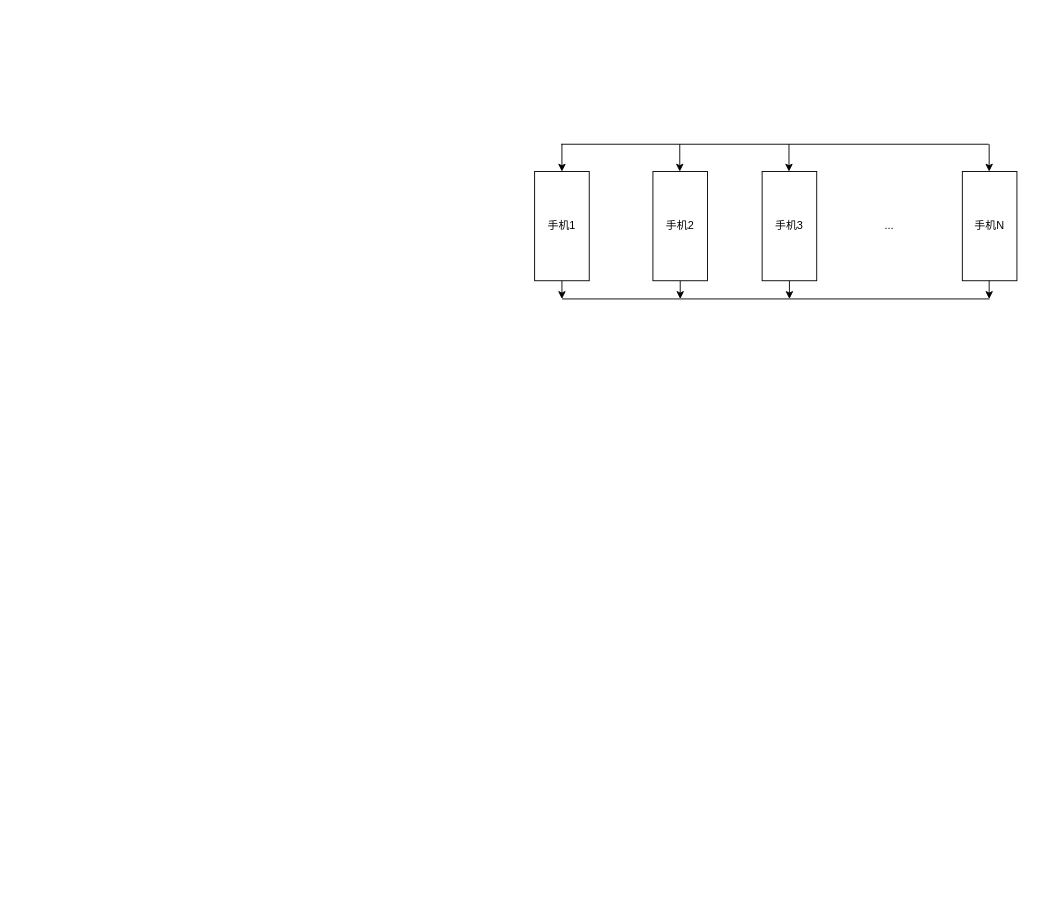
This is spider.drawio from winnieBear/diagrams, a draw.io file, before an edit. Source tidied: cells renumbered, new cells numbered last; positions are measured from the earlier drawing's top-left corner, leaving out a move shared by most shapes. Both pictures are drawn from the tidied source at 91%, with x=0, y=0 at pixel (534, 144).
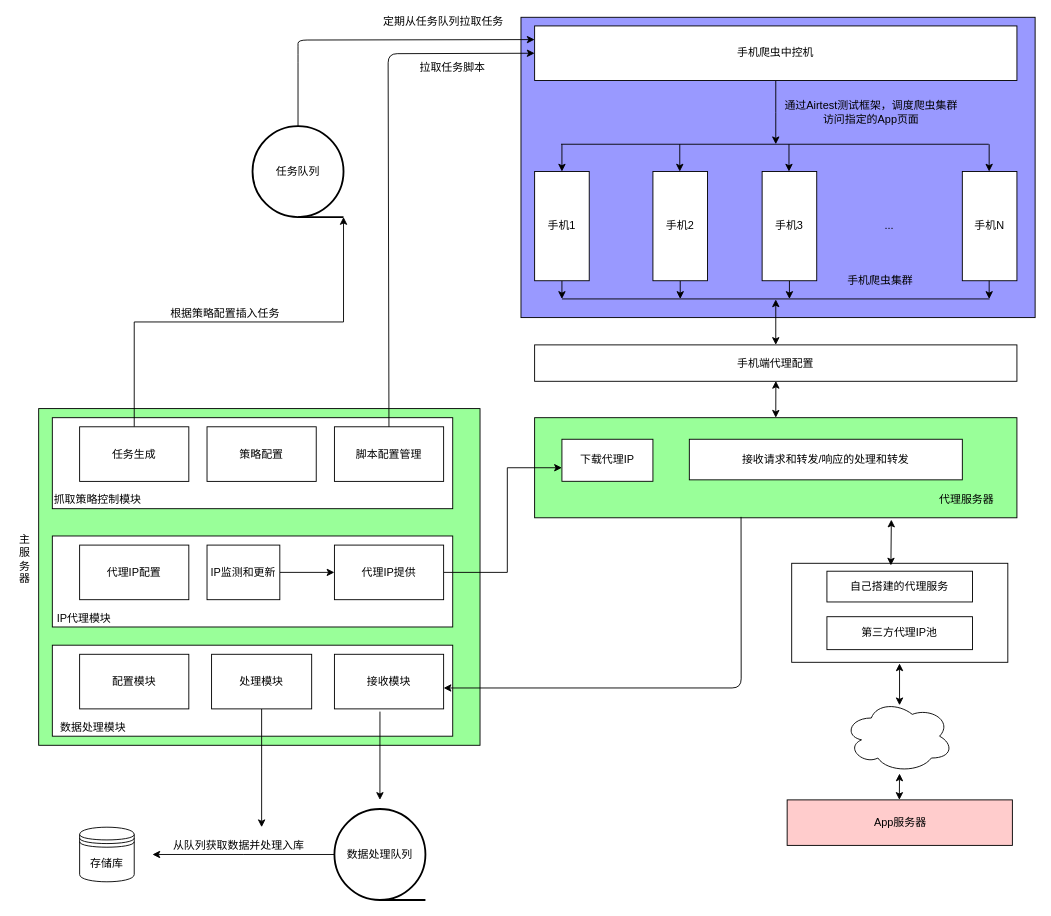
The same page after the edit.

What changed in the source:
```diff
@@
+    <mxCell id="17" style="rounded=0;whiteSpace=wrap;html=1;fillColor=#9999FF;" parent="1" vertex="1">
+      <mxGeometry x="-15" y="-139.5" width="565" height="330" as="geometry" />
+    </mxCell>
+    <mxCell id="18" style="rounded=0;whiteSpace=wrap;html=1;fillColor=#99FF99;" parent="1" vertex="1">
+      <mxGeometry y="300.5" width="530" height="110" as="geometry" />
+    </mxCell>
+    <mxCell id="19" style="rounded=0;whiteSpace=wrap;html=1;" parent="1" vertex="1">
+      <mxGeometry x="282.5" y="460.5" width="237.5" height="108.8" as="geometry" />
+    </mxCell>
@@
-    <mxCell id="4" value="手机1" style="rounded=0;whiteSpace=wrap;html=1;" parent="1" vertex="1">
+    <mxCell id="4" value="手机1" style="rounded=0;whiteSpace=wrap;html=1;fillColor=#FFFFFF;" parent="1" vertex="1">
       <mxGeometry y="30" width="60" height="120" as="geometry" />
     </mxCell>
-    <mxCell id="5" value="手机N" style="rounded=0;whiteSpace=wrap;html=1;" parent="1" vertex="1">
+    <mxCell id="5" value="手机N" style="rounded=0;whiteSpace=wrap;html=1;fillColor=#FFFFFF;" parent="1" vertex="1">
       <mxGeometry x="470" y="30" width="60" height="120" as="geometry" />
     </mxCell>
@@
-    <mxCell id="7" value="手机3" style="rounded=0;whiteSpace=wrap;html=1;" parent="1" vertex="1">
+    <mxCell id="7" value="手机3" style="rounded=0;whiteSpace=wrap;html=1;fillColor=#FFFFFF;" parent="1" vertex="1">
       <mxGeometry x="250" y="30" width="60" height="120" as="geometry" />
     </mxCell>
@@
-    <mxCell id="9" value="手机2" style="rounded=0;whiteSpace=wrap;html=1;" parent="1" vertex="1">
+    <mxCell id="9" value="手机2" style="rounded=0;whiteSpace=wrap;html=1;fillColor=#FFFFFF;" parent="1" vertex="1">
       <mxGeometry x="130" y="30" width="60" height="120" as="geometry" />
     </mxCell>
@@
+    <mxCell id="20" value="手机爬虫集群" style="text;html=1;strokeColor=none;fillColor=none;align=center;verticalAlign=middle;whiteSpace=wrap;rounded=0;" parent="1" vertex="1">
+      <mxGeometry x="340" y="140" width="80" height="20" as="geometry" />
+    </mxCell>
+    <mxCell id="21" style="edgeStyle=orthogonalEdgeStyle;rounded=0;jettySize=auto;html=1;exitX=0.5;exitY=1;exitDx=0;exitDy=0;" parent="1" edge="1" source="22">
+      <mxGeometry relative="1" as="geometry">
+        <mxPoint x="265" as="targetPoint" />
+      </mxGeometry>
+    </mxCell>
+    <mxCell id="22" value="手机爬虫中控机" style="rounded=0;whiteSpace=wrap;html=1;fillColor=#FFFFFF;" parent="1" vertex="1">
+      <mxGeometry y="-130" width="530" height="60" as="geometry" />
+    </mxCell>
+    <mxCell id="23" value="通过Airtest测试框架，调度爬虫集群访问指定的App页面" style="text;html=1;strokeColor=none;fillColor=none;align=center;verticalAlign=middle;whiteSpace=wrap;rounded=0;" parent="1" vertex="1">
+      <mxGeometry x="270" y="-40" width="200" height="10" as="geometry" />
+    </mxCell>
+    <mxCell id="24" value="任务队列" style="strokeWidth=2;html=1;shape=mxgraph.flowchart.sequential_data;whiteSpace=wrap;" parent="1" vertex="1">
+      <mxGeometry x="-310" y="-20" width="100" height="100" as="geometry" />
+    </mxCell>
+    <mxCell id="25" style="endArrow=classic;html=1;entryX=0;entryY=0.25;entryDx=0;entryDy=0;exitX=0.5;exitY=0;exitDx=0;exitDy=0;exitPerimeter=0;" parent="1" edge="1" source="24" target="22">
+      <mxGeometry relative="1" as="geometry">
+        <Array as="points">
+          <mxPoint x="-260" y="-99.5" />
+          <mxPoint x="-260" y="-114.5" />
+        </Array>
+      </mxGeometry>
+    </mxCell>
+    <mxCell id="26" style="rounded=0;whiteSpace=wrap;html=1;fillColor=#99FF99;" parent="1" vertex="1">
+      <mxGeometry x="-545" y="290.5" width="485" height="370" as="geometry" />
+    </mxCell>
+    <mxCell id="27" style="rounded=0;whiteSpace=wrap;html=1;" parent="1" vertex="1">
+      <mxGeometry x="-530" y="300.5" width="440" height="100" as="geometry" />
+    </mxCell>
+    <mxCell id="28" value="定期从任务队列拉取任务" style="text;html=1;strokeColor=none;fillColor=none;align=center;verticalAlign=middle;whiteSpace=wrap;rounded=0;" parent="1" vertex="1">
+      <mxGeometry x="-200" y="-139.5" width="200" height="10" as="geometry" />
+    </mxCell>
+    <mxCell id="29" value="根据策略配置插入任务" style="text;html=1;strokeColor=none;fillColor=none;align=center;verticalAlign=middle;whiteSpace=wrap;rounded=0;" parent="1" vertex="1">
+      <mxGeometry x="-440" y="180.5" width="200" height="10" as="geometry" />
+    </mxCell>
+    <mxCell id="30" style="edgeStyle=orthogonalEdgeStyle;rounded=0;jettySize=auto;html=1;exitX=0.5;exitY=0;exitDx=0;exitDy=0;entryX=1;entryY=1;entryDx=0;entryDy=0;entryPerimeter=0;" parent="1" edge="1" source="31" target="24">
+      <mxGeometry relative="1" as="geometry" />
+    </mxCell>
+    <mxCell id="31" value="任务生成" style="rounded=0;whiteSpace=wrap;html=1;" parent="1" vertex="1">
+      <mxGeometry x="-500" y="310.5" width="120" height="60" as="geometry" />
+    </mxCell>
+    <mxCell id="32" value="策略配置" style="rounded=0;whiteSpace=wrap;html=1;" parent="1" vertex="1">
+      <mxGeometry x="-360" y="310.5" width="120" height="60" as="geometry" />
+    </mxCell>
+    <mxCell id="33" value="抓取策略控制模块" style="text;html=1;strokeColor=none;fillColor=none;align=center;verticalAlign=middle;whiteSpace=wrap;rounded=0;" parent="1" vertex="1">
+      <mxGeometry x="-545" y="380.5" width="130" height="20" as="geometry" />
+    </mxCell>
+    <mxCell id="34" value="主服务器" style="text;html=1;strokeColor=none;fillColor=none;align=center;verticalAlign=middle;whiteSpace=wrap;rounded=0;" parent="1" vertex="1">
+      <mxGeometry x="-570" y="350.5" width="20" height="210" as="geometry" />
+    </mxCell>
+    <mxCell id="35" style="rounded=0;whiteSpace=wrap;html=1;" parent="1" vertex="1">
+      <mxGeometry x="-530" y="430.5" width="440" height="100" as="geometry" />
+    </mxCell>
+    <mxCell id="36" value="代理IP配置" style="rounded=0;whiteSpace=wrap;html=1;" parent="1" vertex="1">
+      <mxGeometry x="-500" y="440.5" width="120" height="60" as="geometry" />
+    </mxCell>
+    <mxCell id="37" style="edgeStyle=orthogonalEdgeStyle;rounded=0;jettySize=auto;html=1;" parent="1" edge="1" source="38" target="41">
+      <mxGeometry relative="1" as="geometry" />
+    </mxCell>
+    <mxCell id="38" value="IP监测和更新" style="rounded=0;whiteSpace=wrap;html=1;" parent="1" vertex="1">
+      <mxGeometry x="-360" y="440.5" width="80" height="60" as="geometry" />
+    </mxCell>
+    <mxCell id="39" value="IP代理模块" style="text;html=1;strokeColor=none;fillColor=none;align=center;verticalAlign=middle;whiteSpace=wrap;rounded=0;" parent="1" vertex="1">
+      <mxGeometry x="-560" y="510.5" width="130" height="20" as="geometry" />
+    </mxCell>
+    <mxCell id="40" style="edgeStyle=orthogonalEdgeStyle;rounded=0;jettySize=auto;html=1;exitX=1;exitY=0.5;exitDx=0;exitDy=0;" parent="1" edge="1" source="41" target="60">
+      <mxGeometry relative="1" as="geometry">
+        <Array as="points">
+          <mxPoint x="-30" y="470.5" />
+          <mxPoint x="-30" y="355.5" />
+        </Array>
+      </mxGeometry>
+    </mxCell>
+    <mxCell id="41" value="代理IP提供" style="rounded=0;whiteSpace=wrap;html=1;" parent="1" vertex="1">
+      <mxGeometry x="-220" y="440.5" width="120" height="60" as="geometry" />
+    </mxCell>
+    <mxCell id="42" value="手机端代理配置" style="rounded=0;whiteSpace=wrap;html=1;" parent="1" vertex="1">
+      <mxGeometry y="220.5" width="530" height="40" as="geometry" />
+    </mxCell>
+    <mxCell id="43" value="自己搭建的代理服务" style="rounded=0;whiteSpace=wrap;html=1;" parent="1" vertex="1">
+      <mxGeometry x="321.2" y="469.2" width="160" height="33.8" as="geometry" />
+    </mxCell>
+    <mxCell id="44" value="第三方代理IP池" style="rounded=0;whiteSpace=wrap;html=1;" parent="1" vertex="1">
+      <mxGeometry x="321.2" y="519.2" width="160" height="36.2" as="geometry" />
+    </mxCell>
+    <mxCell id="45" style="endArrow=classic;startArrow=classic;html=1;exitX=0.459;exitY=0.022;exitDx=0;exitDy=0;exitPerimeter=0;" parent="1" edge="1" source="19">
+      <mxGeometry relative="1" as="geometry">
+        <mxPoint x="392" y="412.5" as="targetPoint" />
+      </mxGeometry>
+    </mxCell>
+    <mxCell id="46" style="endArrow=classic;startArrow=classic;html=1;" parent="1" edge="1">
+      <mxGeometry relative="1" as="geometry">
+        <mxPoint x="401" y="616.5" as="sourcePoint" />
+        <mxPoint x="401" y="570.5" as="targetPoint" />
+      </mxGeometry>
+    </mxCell>
+    <mxCell id="47" style="endArrow=classic;startArrow=classic;html=1;" parent="1" edge="1">
+      <mxGeometry relative="1" as="geometry">
+        <mxPoint x="265" y="300.5" as="sourcePoint" />
+        <mxPoint x="265.1" y="260.1" as="targetPoint" />
+      </mxGeometry>
+    </mxCell>
+    <mxCell id="48" style="endArrow=classic;startArrow=classic;html=1;exitX=0.5;exitY=0;exitDx=0;exitDy=0;" parent="1" edge="1" source="42">
+      <mxGeometry relative="1" as="geometry">
+        <mxPoint x="265" y="170.5" as="targetPoint" />
+      </mxGeometry>
+    </mxCell>
+    <mxCell id="49" style="rounded=0;whiteSpace=wrap;html=1;" parent="1" vertex="1">
+      <mxGeometry x="-530" y="550.5" width="440" height="100" as="geometry" />
+    </mxCell>
+    <mxCell id="50" value="配置模块" style="rounded=0;whiteSpace=wrap;html=1;" parent="1" vertex="1">
+      <mxGeometry x="-500" y="560.5" width="120" height="60" as="geometry" />
+    </mxCell>
+    <mxCell id="51" style="edgeStyle=orthogonalEdgeStyle;rounded=0;jettySize=auto;html=1;exitX=0.5;exitY=1;exitDx=0;exitDy=0;" parent="1" edge="1" source="52">
+      <mxGeometry relative="1" as="geometry">
+        <mxPoint x="-300" y="750.5" as="targetPoint" />
+      </mxGeometry>
+    </mxCell>
+    <mxCell id="52" value="处理模块" style="rounded=0;whiteSpace=wrap;html=1;" parent="1" vertex="1">
+      <mxGeometry x="-355" y="560.5" width="110" height="60" as="geometry" />
+    </mxCell>
+    <mxCell id="53" value="数据处理模块" style="text;html=1;strokeColor=none;fillColor=none;align=center;verticalAlign=middle;whiteSpace=wrap;rounded=0;" parent="1" vertex="1">
+      <mxGeometry x="-550" y="630.5" width="130" height="20" as="geometry" />
+    </mxCell>
+    <mxCell id="54" value="接收模块" style="rounded=0;whiteSpace=wrap;html=1;" parent="1" vertex="1">
+      <mxGeometry x="-220" y="560.5" width="120" height="60" as="geometry" />
+    </mxCell>
+    <mxCell id="55" style="endArrow=classic;html=1;exitX=0.428;exitY=0.991;exitDx=0;exitDy=0;exitPerimeter=0;entryX=1;entryY=0.617;entryDx=0;entryDy=0;entryPerimeter=0;" parent="1" edge="1" source="18" target="54">
+      <mxGeometry relative="1" as="geometry">
+        <Array as="points">
+          <mxPoint x="227" y="597.5" />
+        </Array>
+      </mxGeometry>
+    </mxCell>
+    <mxCell id="56" style="edgeStyle=orthogonalEdgeStyle;rounded=0;jettySize=auto;html=1;exitX=0;exitY=0.5;exitDx=0;exitDy=0;exitPerimeter=0;" parent="1" edge="1" source="57">
+      <mxGeometry relative="1" as="geometry">
+        <mxPoint x="-420" y="780.5" as="targetPoint" />
+      </mxGeometry>
+    </mxCell>
+    <mxCell id="57" value="数据处理队列" style="strokeWidth=2;html=1;shape=mxgraph.flowchart.sequential_data;whiteSpace=wrap;" parent="1" vertex="1">
+      <mxGeometry x="-220" y="730.5" width="100" height="100" as="geometry" />
+    </mxCell>
+    <mxCell id="58" style="endArrow=classic;html=1;exitX=0.417;exitY=1.05;exitDx=0;exitDy=0;exitPerimeter=0;" parent="1" edge="1" source="54">
+      <mxGeometry relative="1" as="geometry">
+        <mxPoint x="-170" y="720.5" as="targetPoint" />
+      </mxGeometry>
+    </mxCell>
+    <mxCell id="59" value="存储库" style="shape=datastore;whiteSpace=wrap;html=1;" parent="1" vertex="1">
+      <mxGeometry x="-500" y="750.5" width="60" height="60" as="geometry" />
+    </mxCell>
+    <mxCell id="60" value="下载代理IP" style="rounded=0;whiteSpace=wrap;html=1;" parent="1" vertex="1">
+      <mxGeometry x="30" y="324.2" width="100" height="46.2" as="geometry" />
+    </mxCell>
+    <mxCell id="61" value="接收请求和转发/响应的处理和转发" style="rounded=0;whiteSpace=wrap;html=1;" parent="1" vertex="1">
+      <mxGeometry x="170" y="324.2" width="300" height="44.6" as="geometry" />
+    </mxCell>
+    <mxCell id="62" value="代理服务器" style="text;html=1;strokeColor=none;fillColor=none;align=center;verticalAlign=middle;whiteSpace=wrap;rounded=0;" parent="1" vertex="1">
+      <mxGeometry x="430" y="380.5" width="90" height="20" as="geometry" />
+    </mxCell>
+    <mxCell id="63" value="从队列获取数据并处理入库" style="text;html=1;strokeColor=none;fillColor=none;align=center;verticalAlign=middle;whiteSpace=wrap;rounded=0;" parent="1" vertex="1">
+      <mxGeometry x="-400" y="760.5" width="150" height="20" as="geometry" />
+    </mxCell>
+    <mxCell id="64" value="App服务器" style="rounded=0;whiteSpace=wrap;html=1;fillColor=#FFCCCC;" parent="1" vertex="1">
+      <mxGeometry x="277.5" y="720.5" width="247.5" height="50" as="geometry" />
+    </mxCell>
+    <mxCell id="65" style="endArrow=classic;startArrow=classic;html=1;" parent="1" edge="1">
+      <mxGeometry relative="1" as="geometry">
+        <mxPoint x="400.8" y="720.5" as="sourcePoint" />
+        <mxPoint x="401" y="691.5" as="targetPoint" />
+      </mxGeometry>
+    </mxCell>
+    <mxCell id="66" style="ellipse;shape=cloud;whiteSpace=wrap;html=1;" parent="1" vertex="1">
+      <mxGeometry x="340" y="610.5" width="120" height="80" as="geometry" />
+    </mxCell>
+    <mxCell id="67" value="脚本配置管理" style="rounded=0;whiteSpace=wrap;html=1;" parent="1" vertex="1">
+      <mxGeometry x="-220" y="310.5" width="120" height="60" as="geometry" />
+    </mxCell>
+    <mxCell id="68" style="endArrow=classic;html=1;entryX=0;entryY=0.5;entryDx=0;entryDy=0;" parent="1" edge="1" source="67" target="22">
+      <mxGeometry relative="1" as="geometry">
+        <Array as="points">
+          <mxPoint x="-161" y="-99.5" />
+        </Array>
+      </mxGeometry>
+    </mxCell>
+    <mxCell id="69" value="拉取任务脚本" style="text;html=1;strokeColor=none;fillColor=none;align=center;verticalAlign=middle;whiteSpace=wrap;rounded=0;" parent="1" vertex="1">
+      <mxGeometry x="-190" y="-89.5" width="200" height="10" as="geometry" />
+    </mxCell>
```
